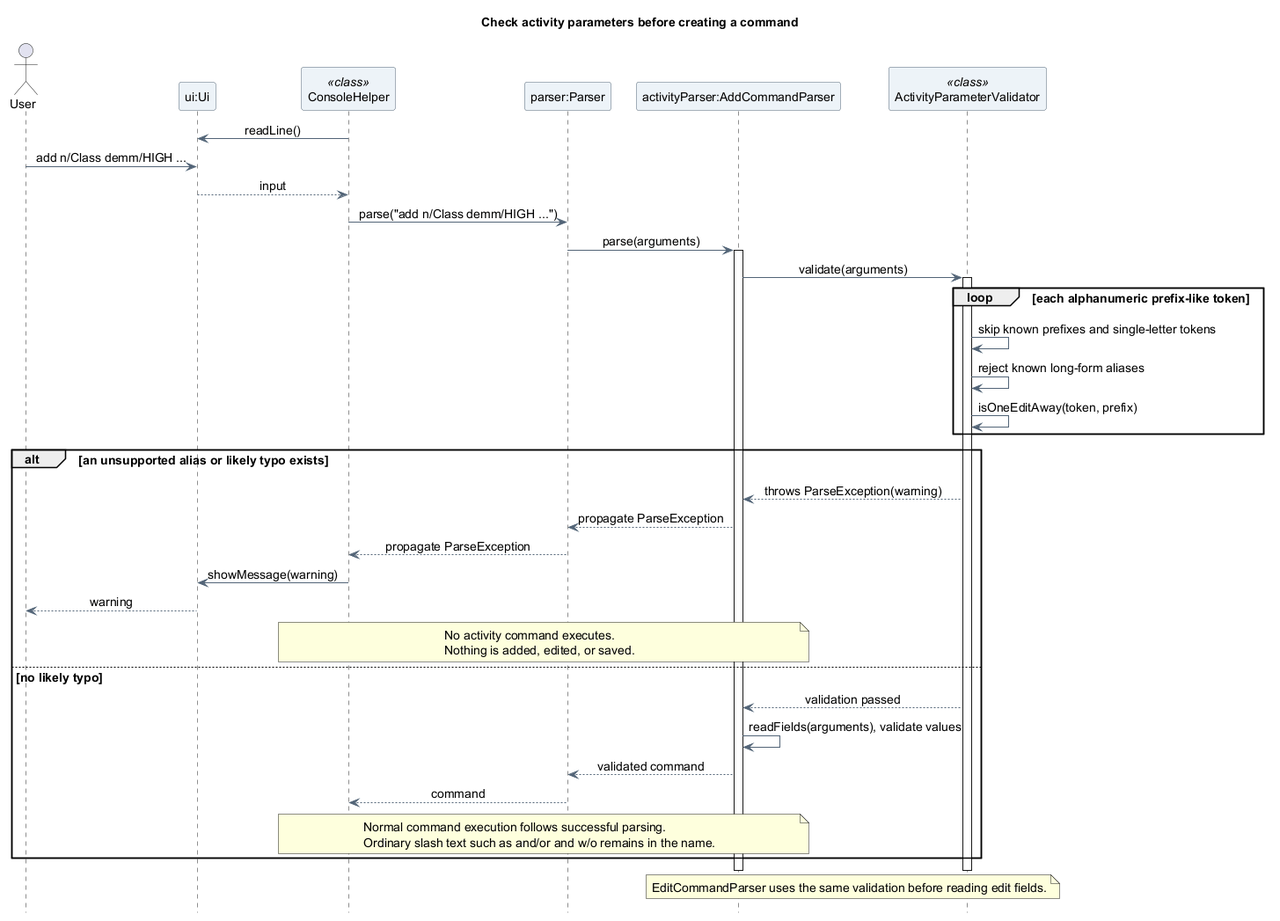
This is docs/images/luke/sequence/ActivityParameterValidationSequence.png from AY2627S1-CS2113-T10-4/tp, a PlantUML export, as it was before one commit.
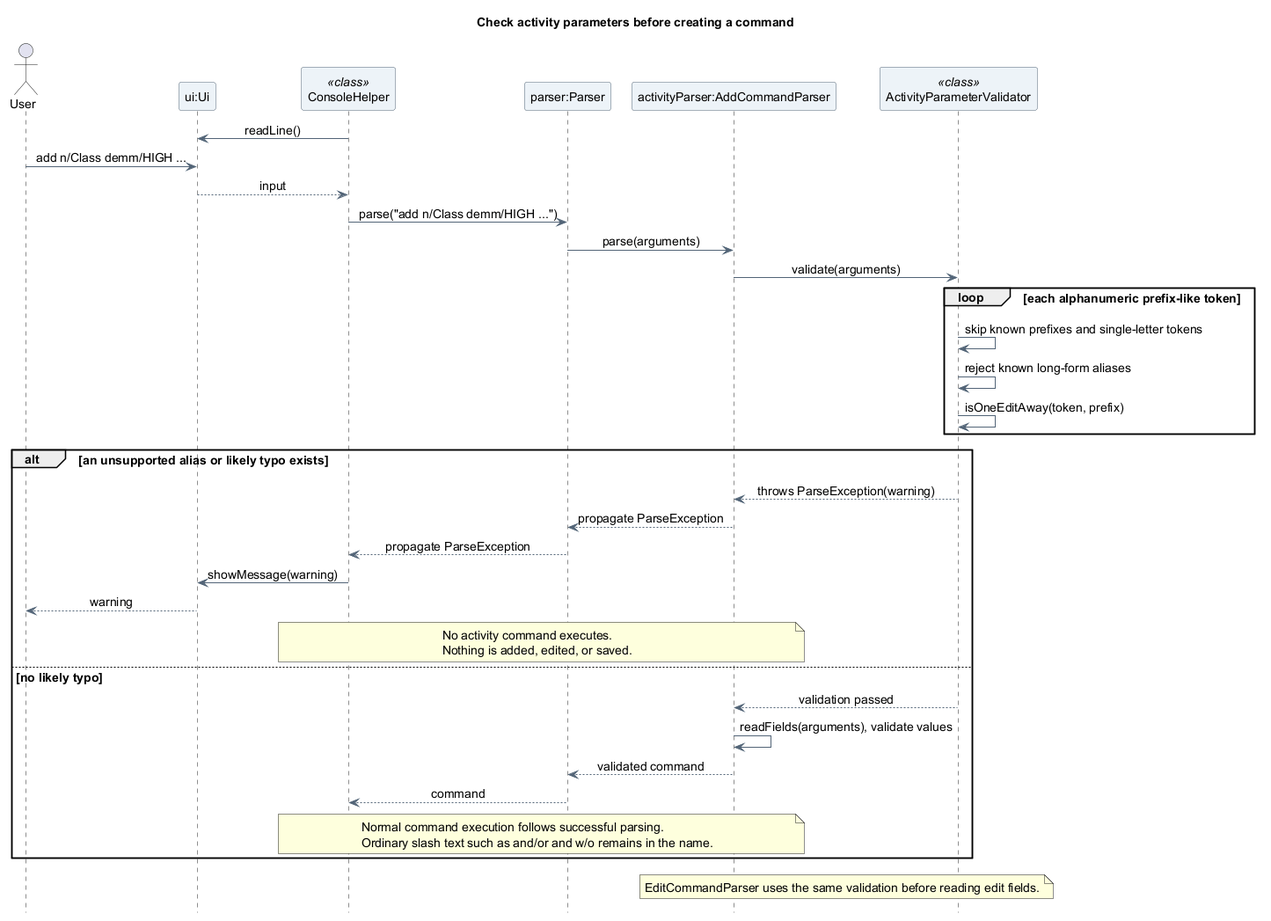
After the change.

Diff of the diagram source:
```diff
@@ -23,9 +23,7 @@
 
 Console -> Parser : parse("add n/Class demm/HIGH ...")
 Parser -> Fields : parse(arguments)
-activate Fields
 Fields -> Validator : validate(arguments)
-activate Validator
 loop each alphanumeric prefix-like token
   Validator -> Validator : skip known prefixes and single-letter tokens
   Validator -> Validator : reject known long-form aliases
@@ -51,8 +49,6 @@
     Ordinary slash text such as and/or and w/o remains in the name.
   end note
 end
-deactivate Validator
-deactivate Fields
 note over Fields, Validator
   EditCommandParser uses the same validation before reading edit fields.
 end note
```
